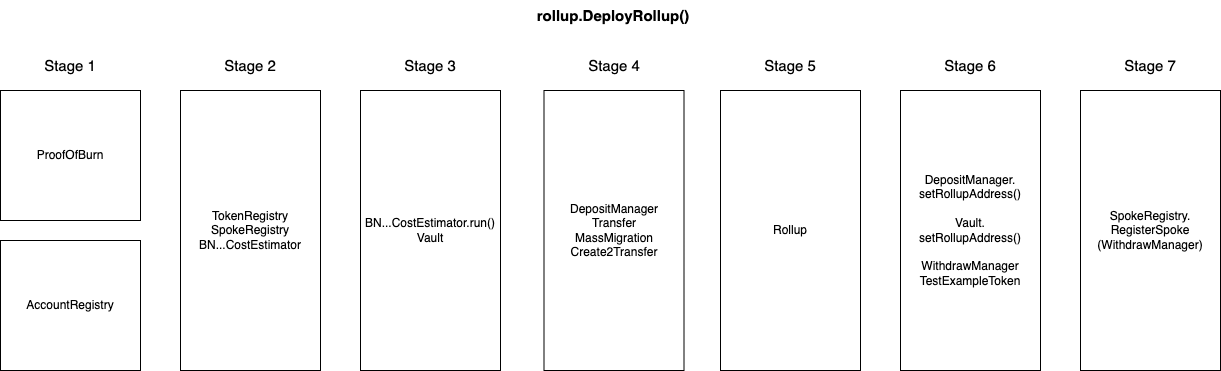
This is docs/deploy_sequence.png from worldcoin/hubble-commander, a draw.io export, as it was before one commit. Source tidied: cells renumbered, new cells last; positions are measured from the earlier drawing's top-left corner, leaving out a move shared by most shapes.
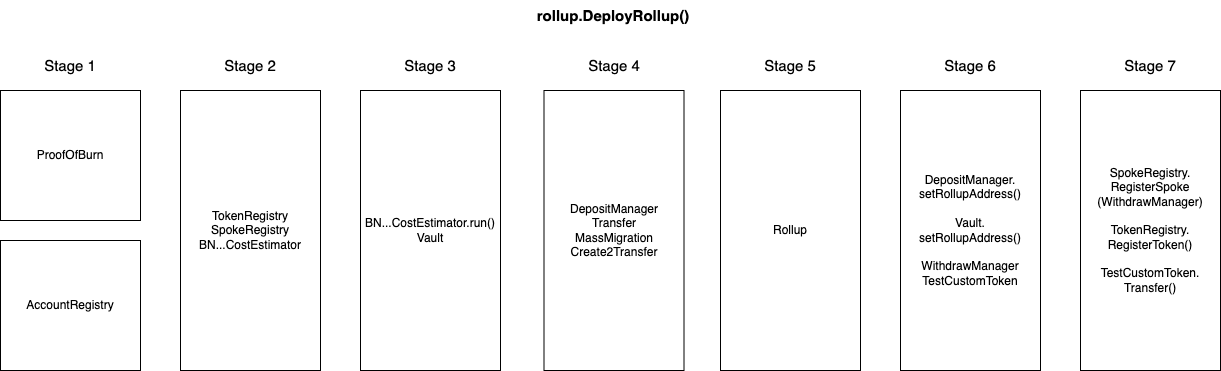
Above is the later version.

Commit message:
Update deploy_sequence.png and add deploy log

The edit, as a diff of the source:
```diff
@@ -20,7 +20,7 @@
     <mxCell id="7" value="&lt;div&gt;AccountRegistry&lt;br&gt;&lt;/div&gt;&lt;div&gt;&lt;/div&gt;" style="rounded=0;whiteSpace=wrap;html=1;" parent="1" vertex="1">
       <mxGeometry y="240" width="140" height="130" as="geometry" />
     </mxCell>
-    <mxCell id="8" value="DepositManager.&lt;br&gt;setRollupAddress()&lt;br&gt;&lt;br&gt;Vault.&lt;br&gt;setRollupAddress()&lt;br&gt;&lt;br&gt;WithdrawManager&lt;br&gt;TestExampleToken" style="rounded=0;whiteSpace=wrap;html=1;" parent="1" vertex="1">
+    <mxCell id="8" value="DepositManager.&lt;br&gt;setRollupAddress()&lt;br&gt;&lt;br&gt;Vault.&lt;br&gt;setRollupAddress()&lt;br&gt;&lt;br&gt;WithdrawManager&lt;br&gt;TestCustomToken" style="rounded=0;whiteSpace=wrap;html=1;" parent="1" vertex="1">
       <mxGeometry x="900" y="90" width="140" height="280" as="geometry" />
     </mxCell>
     <mxCell id="9" value="&lt;font style=&quot;font-size: 15px&quot;&gt;Stage 1&lt;/font&gt;" style="text;html=1;strokeColor=none;fillColor=none;align=center;verticalAlign=middle;whiteSpace=wrap;rounded=0;" parent="1" vertex="1">
@@ -44,7 +44,7 @@
     <mxCell id="15" value="&lt;div&gt;rollup.DeployRollup()&lt;/div&gt;" style="text;html=1;strokeColor=none;fillColor=none;align=center;verticalAlign=middle;whiteSpace=wrap;rounded=0;fontSize=15;fontStyle=1;" parent="1" vertex="1">
       <mxGeometry x="508" width="210" height="30" as="geometry" />
     </mxCell>
-    <mxCell id="16" value="SpokeRegistry.&lt;br&gt;RegisterSpoke&lt;br&gt;(WithdrawManager)" style="rounded=0;whiteSpace=wrap;html=1;" parent="1" vertex="1">
+    <mxCell id="16" value="SpokeRegistry.&lt;br&gt;RegisterSpoke&lt;br&gt;(WithdrawManager)&lt;br&gt;&lt;br&gt;TokenRegistry.&lt;br&gt;RegisterToken()&lt;br&gt;&lt;br&gt;TestCustomToken.&lt;br&gt;Transfer()" style="rounded=0;whiteSpace=wrap;html=1;" parent="1" vertex="1">
       <mxGeometry x="1080" y="90" width="140" height="280" as="geometry" />
     </mxCell>
     <mxCell id="17" value="&lt;font style=&quot;font-size: 15px&quot;&gt;Stage 7&lt;/font&gt;" style="text;html=1;strokeColor=none;fillColor=none;align=center;verticalAlign=middle;whiteSpace=wrap;rounded=0;" parent="1" vertex="1">
```
